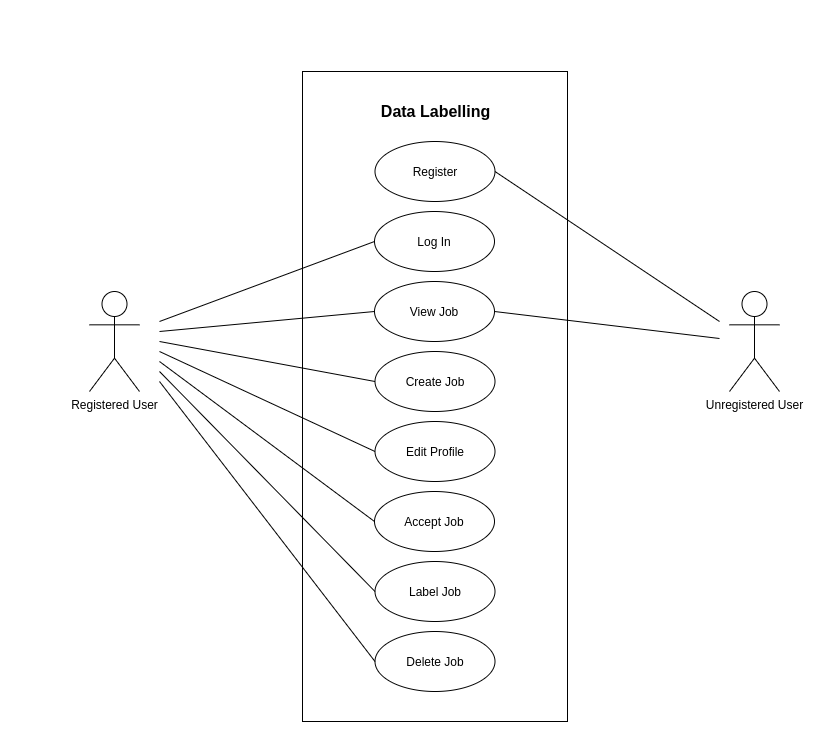
The draw.io diagram Docs/diagrams/Use Case/use-case.png in faisal2754/Web-Data-Labelling-v2, before a commit. Source tidied: cells renumbered, new cells last; positions are measured from the earlier drawing's top-left corner, leaving out a move shared by most shapes.
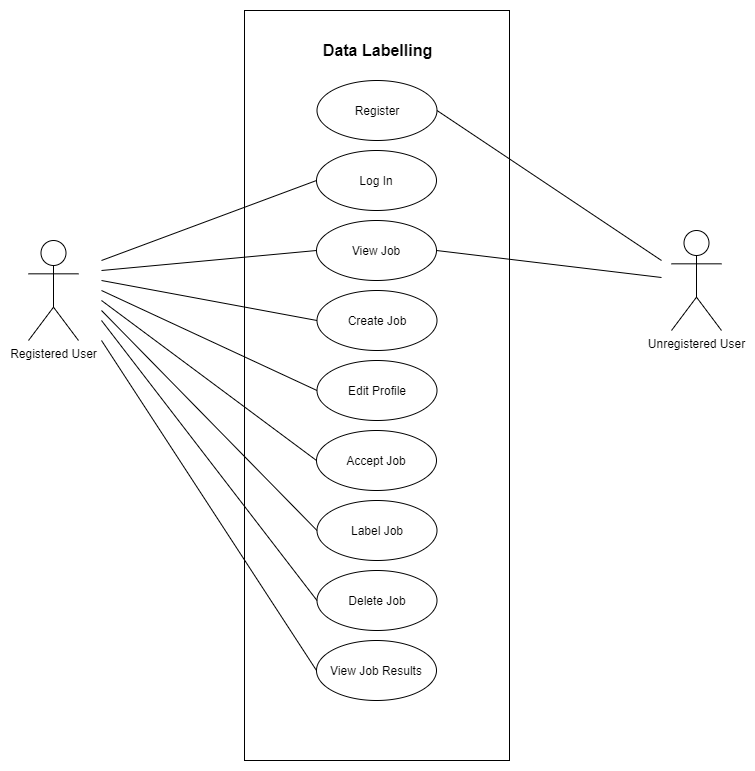
Later version of the same file.

What changed in the source:
```diff
@@ -2,9 +2,9 @@
   <root>
     <mxCell id="0" />
     <mxCell id="1" parent="0" />
-    <mxCell id="2" style="rounded=0;whiteSpace=wrap;html=1;" parent="1" vertex="1">
-      <mxGeometry x="213" width="265" height="650" as="geometry" />
-    </mxCell>
+    <mxCell id="23" style="rounded=0;whiteSpace=wrap;html=1;" parent="1" vertex="1">
+      <mxGeometry x="213" width="265" height="750" as="geometry" />
+    </mxCell>
     <mxCell id="3" value="Data Labelling" style="text;html=1;align=center;verticalAlign=middle;strokeColor=none;fontStyle=1;fontSize=16;" parent="1" vertex="1">
       <mxGeometry x="280.5" y="30" width="130" height="20" as="geometry" />
     </mxCell>
@@ -17,13 +17,13 @@
     <mxCell id="6" value="View Job" style="ellipse;whiteSpace=wrap;html=1;" parent="1" vertex="1">
       <mxGeometry x="285" y="210" width="120" height="60" as="geometry" />
     </mxCell>
-    <mxCell id="7" style="rounded=0;jettySize=auto;html=1;fontSize=16;endArrow=none;endFill=0;entryX=0;entryY=0.5;entryDx=0;entryDy=0;" parent="1" edge="1" target="6">
-      <mxGeometry relative="1" as="geometry">
-        <mxPoint x="70" y="260" as="sourcePoint" />
-      </mxGeometry>
-    </mxCell>
+    <mxCell id="24" style="rounded=0;jettySize=auto;html=1;fontSize=16;endArrow=none;endFill=0;entryX=0;entryY=0.5;entryDx=0;entryDy=0;" parent="1" edge="1" target="6">
+      <mxGeometry relative="1" as="geometry">
+        <mxPoint x="70" y="260" as="sourcePoint" />
+      </mxGeometry>
+    </mxCell>
     <mxCell id="8" value="Registered User" style="shape=umlActor;verticalLabelPosition=bottom;verticalAlign=top;html=1;" parent="1" vertex="1">
-      <mxGeometry y="220" width="50" height="100" as="geometry" />
+      <mxGeometry x="-3" y="230" width="50" height="100" as="geometry" />
     </mxCell>
     <mxCell id="9" value="Unregistered User" style="shape=umlActor;verticalLabelPosition=bottom;verticalAlign=top;html=1;" parent="1" vertex="1">
       <mxGeometry x="640" y="220" width="50" height="100" as="geometry" />
@@ -34,54 +34,63 @@
     <mxCell id="11" value="Edit Profile" style="ellipse;whiteSpace=wrap;html=1;" parent="1" vertex="1">
       <mxGeometry x="285.5" y="350" width="120" height="60" as="geometry" />
     </mxCell>
-    <mxCell id="12" style="rounded=0;jettySize=auto;html=1;fontSize=16;endArrow=none;endFill=0;entryX=0;entryY=0.5;entryDx=0;entryDy=0;" parent="1" edge="1" target="5">
-      <mxGeometry relative="1" as="geometry">
-        <mxPoint x="70" y="250" as="sourcePoint" />
-      </mxGeometry>
-    </mxCell>
-    <mxCell id="13" style="rounded=0;jettySize=auto;html=1;fontSize=16;endArrow=none;endFill=0;entryX=0;entryY=0.5;entryDx=0;entryDy=0;" parent="1" edge="1" target="10">
-      <mxGeometry relative="1" as="geometry">
-        <mxPoint x="70" y="270" as="sourcePoint" />
-      </mxGeometry>
-    </mxCell>
-    <mxCell id="14" style="rounded=0;jettySize=auto;html=1;fontSize=16;endArrow=none;endFill=0;entryX=0;entryY=0.5;entryDx=0;entryDy=0;" parent="1" edge="1" target="11">
-      <mxGeometry relative="1" as="geometry">
-        <mxPoint x="70" y="280" as="sourcePoint" />
-      </mxGeometry>
-    </mxCell>
-    <mxCell id="15" style="rounded=0;jettySize=auto;html=1;fontSize=16;endArrow=none;endFill=0;exitX=1;exitY=0.5;exitDx=0;exitDy=0;" parent="1" edge="1" source="4">
-      <mxGeometry relative="1" as="geometry">
-        <mxPoint x="630" y="250" as="targetPoint" />
-      </mxGeometry>
-    </mxCell>
-    <mxCell id="16" style="rounded=0;jettySize=auto;html=1;fontSize=16;endArrow=none;endFill=0;exitX=1;exitY=0.5;exitDx=0;exitDy=0;" parent="1" edge="1" source="6">
-      <mxGeometry relative="1" as="geometry">
-        <mxPoint x="630" y="267" as="targetPoint" />
-      </mxGeometry>
-    </mxCell>
+    <mxCell id="25" style="rounded=0;jettySize=auto;html=1;fontSize=16;endArrow=none;endFill=0;entryX=0;entryY=0.5;entryDx=0;entryDy=0;" parent="1" edge="1" target="5">
+      <mxGeometry relative="1" as="geometry">
+        <mxPoint x="70" y="250" as="sourcePoint" />
+      </mxGeometry>
+    </mxCell>
+    <mxCell id="26" style="rounded=0;jettySize=auto;html=1;fontSize=16;endArrow=none;endFill=0;entryX=0;entryY=0.5;entryDx=0;entryDy=0;" parent="1" edge="1" target="10">
+      <mxGeometry relative="1" as="geometry">
+        <mxPoint x="70" y="270" as="sourcePoint" />
+      </mxGeometry>
+    </mxCell>
+    <mxCell id="27" style="rounded=0;jettySize=auto;html=1;fontSize=16;endArrow=none;endFill=0;entryX=0;entryY=0.5;entryDx=0;entryDy=0;" parent="1" edge="1" target="11">
+      <mxGeometry relative="1" as="geometry">
+        <mxPoint x="70" y="280" as="sourcePoint" />
+      </mxGeometry>
+    </mxCell>
+    <mxCell id="28" style="rounded=0;jettySize=auto;html=1;fontSize=16;endArrow=none;endFill=0;exitX=1;exitY=0.5;exitDx=0;exitDy=0;" parent="1" edge="1" source="4">
+      <mxGeometry relative="1" as="geometry">
+        <mxPoint x="630" y="250" as="targetPoint" />
+      </mxGeometry>
+    </mxCell>
+    <mxCell id="29" style="rounded=0;jettySize=auto;html=1;fontSize=16;endArrow=none;endFill=0;exitX=1;exitY=0.5;exitDx=0;exitDy=0;" parent="1" edge="1" source="6">
+      <mxGeometry relative="1" as="geometry">
+        <mxPoint x="630" y="267" as="targetPoint" />
+      </mxGeometry>
+    </mxCell>
     <mxCell id="17" value="Accept Job" style="ellipse;whiteSpace=wrap;html=1;" parent="1" vertex="1">
       <mxGeometry x="285" y="420" width="120" height="60" as="geometry" />
     </mxCell>
-    <mxCell id="18" style="rounded=0;jettySize=auto;html=1;fontSize=16;endArrow=none;endFill=0;entryX=0;entryY=0.5;entryDx=0;entryDy=0;" parent="1" edge="1" target="17">
-      <mxGeometry relative="1" as="geometry">
-        <mxPoint x="70" y="290" as="sourcePoint" />
-      </mxGeometry>
-    </mxCell>
+    <mxCell id="30" style="rounded=0;jettySize=auto;html=1;fontSize=16;endArrow=none;endFill=0;entryX=0;entryY=0.5;entryDx=0;entryDy=0;" parent="1" edge="1" target="17">
+      <mxGeometry relative="1" as="geometry">
+        <mxPoint x="70" y="290" as="sourcePoint" />
+      </mxGeometry>
+    </mxCell>
     <mxCell id="19" value="Label Job" style="ellipse;whiteSpace=wrap;html=1;" parent="1" vertex="1">
       <mxGeometry x="285.5" y="490" width="120" height="60" as="geometry" />
     </mxCell>
-    <mxCell id="20" style="rounded=0;jettySize=auto;html=1;fontSize=16;endArrow=none;endFill=0;entryX=0;entryY=0.5;entryDx=0;entryDy=0;" parent="1" edge="1" target="19">
-      <mxGeometry relative="1" as="geometry">
-        <mxPoint x="70" y="300" as="sourcePoint" />
-      </mxGeometry>
-    </mxCell>
+    <mxCell id="31" style="rounded=0;jettySize=auto;html=1;fontSize=16;endArrow=none;endFill=0;entryX=0;entryY=0.5;entryDx=0;entryDy=0;" parent="1" edge="1" target="19">
+      <mxGeometry relative="1" as="geometry">
+        <mxPoint x="70" y="300" as="sourcePoint" />
+      </mxGeometry>
+    </mxCell>
     <mxCell id="21" value="Delete Job" style="ellipse;whiteSpace=wrap;html=1;" parent="1" vertex="1">
       <mxGeometry x="285.5" y="560" width="120" height="60" as="geometry" />
     </mxCell>
-    <mxCell id="22" style="rounded=0;jettySize=auto;html=1;fontSize=16;endArrow=none;endFill=0;entryX=0;entryY=0.5;entryDx=0;entryDy=0;" parent="1" edge="1" target="21">
-      <mxGeometry relative="1" as="geometry">
-        <mxPoint x="70" y="310" as="sourcePoint" />
-      </mxGeometry>
-    </mxCell>
+    <mxCell id="32" style="rounded=0;jettySize=auto;html=1;fontSize=16;endArrow=none;endFill=0;entryX=0;entryY=0.5;entryDx=0;entryDy=0;" parent="1" edge="1" target="21">
+      <mxGeometry relative="1" as="geometry">
+        <mxPoint x="70" y="310" as="sourcePoint" />
+      </mxGeometry>
+    </mxCell>
+    <mxCell id="33" value="View Job Results" style="ellipse;whiteSpace=wrap;html=1;" parent="1" vertex="1">
+      <mxGeometry x="285" y="630" width="120" height="60" as="geometry" />
+    </mxCell>
+    <mxCell id="34" style="rounded=0;orthogonalLoop=1;jettySize=auto;html=1;fontSize=16;endArrow=none;endFill=0;entryX=0;entryY=0.5;entryDx=0;entryDy=0;" parent="1" edge="1">
+      <mxGeometry relative="1" as="geometry">
+        <mxPoint x="70" y="330" as="sourcePoint" />
+        <mxPoint x="285" y="660" as="targetPoint" />
+      </mxGeometry>
+    </mxCell>
   </root>
 </mxGraphModel>
```
